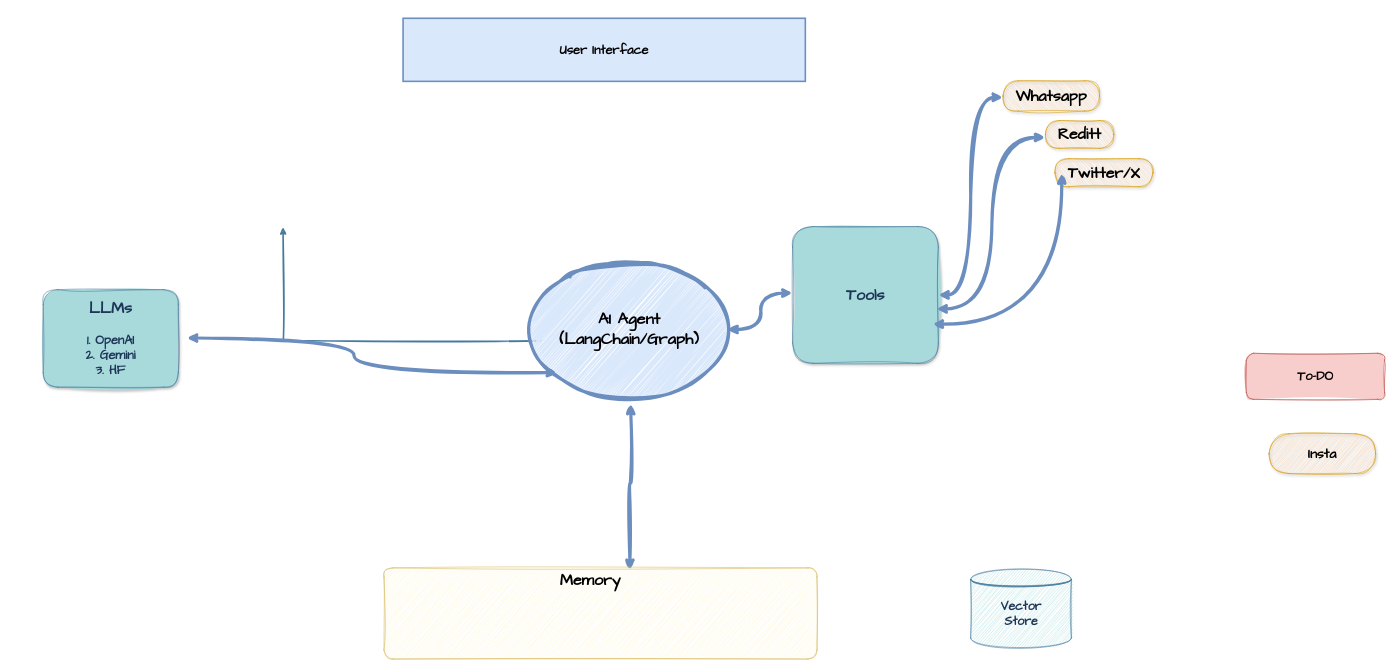
Earlier version of the draw.io diagram Untitled Diagram.drawio (anjali52deb/draw-io). Source tidied: cells renumbered, new cells numbered last; positions are measured from the earlier drawing's top-left corner, leaving out a move shared by most shapes. Both pictures are drawn from the tidied source at 53%, with x=0, y=0 at pixel (43, 18).
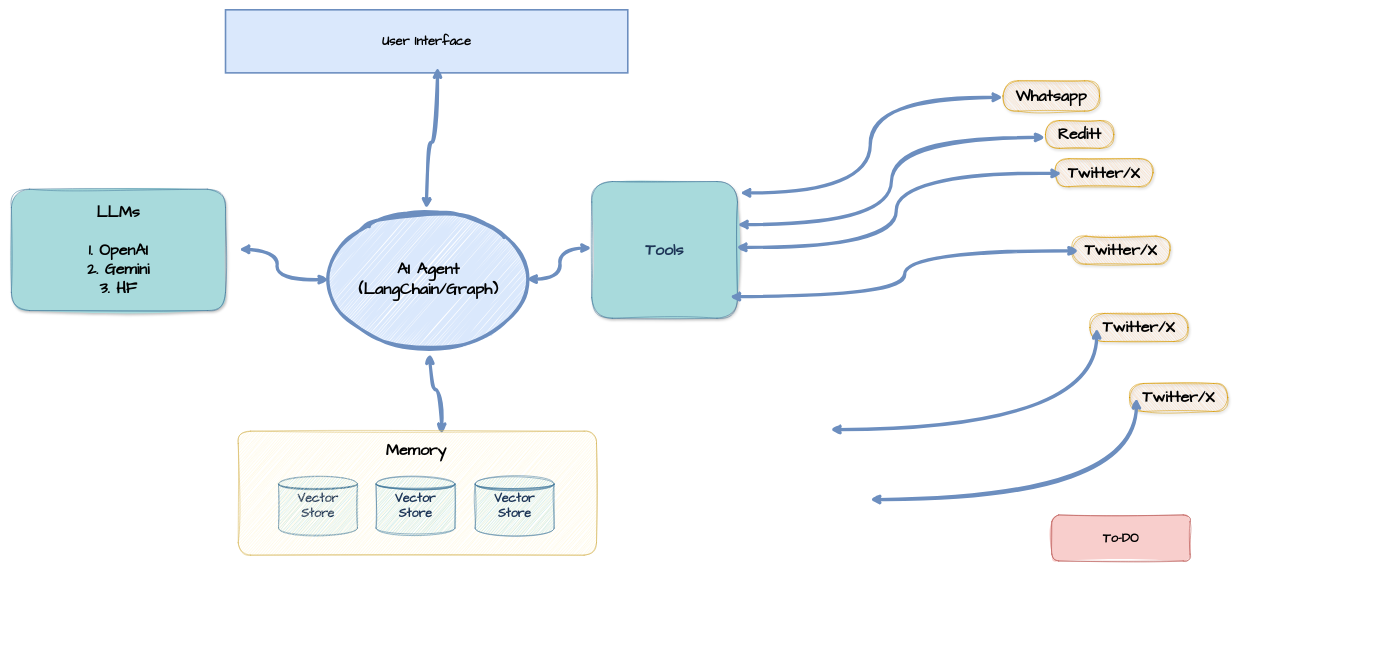
After the change.

The change refers to these unchanged cells:
```xml
<mxCell id="2" value="&lt;b&gt;&lt;font&gt;&lt;font face=&quot;Comic Sans MS&quot;&gt;Whatsapp&lt;/font&gt;&lt;/font&gt;&lt;/b&gt;" style="whiteSpace=wrap;html=1;rounded=1;arcSize=50;align=center;verticalAlign=middle;strokeWidth=1;spacing=4;newEdgeStyle={&quot;edgeStyle&quot;:&quot;entityRelationEdgeStyle&quot;,&quot;startArrow&quot;:&quot;none&quot;,&quot;endArrow&quot;:&quot;none&quot;,&quot;segment&quot;:10,&quot;curved&quot;:1,&quot;sourcePerimeterSpacing&quot;:0,&quot;targetPerimeterSpacing&quot;:0};sketch=1;hachureGap=4;jiggle=2;curveFitting=1;fontFamily=Architects Daughter;fillColor=#FFCE9F;strokeColor=#d79b00;shadow=1;flipV=1;fontSize=30;" parent="1" vertex="1">
  <mxGeometry x="1811" y="118" width="182" height="57.1" as="geometry" />
</mxCell>
<mxCell id="3" value="&lt;b&gt;&lt;font face=&quot;Comic Sans MS&quot;&gt;Twitter/X&lt;/font&gt;&lt;/b&gt;" style="whiteSpace=wrap;html=1;rounded=1;arcSize=50;align=center;verticalAlign=middle;strokeWidth=1;spacing=4;newEdgeStyle={&quot;edgeStyle&quot;:&quot;entityRelationEdgeStyle&quot;,&quot;startArrow&quot;:&quot;none&quot;,&quot;endArrow&quot;:&quot;none&quot;,&quot;segment&quot;:10,&quot;curved&quot;:1,&quot;sourcePerimeterSpacing&quot;:0,&quot;targetPerimeterSpacing&quot;:0};sketch=1;hachureGap=4;jiggle=2;curveFitting=1;fontFamily=Architects Daughter;fillColor=#FFCE9F;strokeColor=#d79b00;shadow=1;flipV=1;fontSize=30;" parent="1" vertex="1">
  <mxGeometry x="1909" y="265" width="185" height="52.9" as="geometry" />
</mxCell>
<mxCell id="4" value="&lt;font face=&quot;Comic Sans MS&quot;&gt;Reditt&lt;/font&gt;" style="whiteSpace=wrap;html=1;rounded=1;arcSize=50;align=center;verticalAlign=middle;strokeWidth=1;spacing=4;newEdgeStyle={&quot;edgeStyle&quot;:&quot;entityRelationEdgeStyle&quot;,&quot;startArrow&quot;:&quot;none&quot;,&quot;endArrow&quot;:&quot;none&quot;,&quot;segment&quot;:10,&quot;curved&quot;:1,&quot;sourcePerimeterSpacing&quot;:0,&quot;targetPerimeterSpacing&quot;:0};sketch=1;hachureGap=4;jiggle=2;curveFitting=1;fontFamily=Architects Daughter;fillColor=#FFCE9F;strokeColor=#d79b00;shadow=1;fontStyle=1;flipV=1;fontSize=30;" parent="1" vertex="1">
  <mxGeometry x="1891" y="193" width="129" height="52.4" as="geometry" />
</mxCell>
```

The edit, as a diff of the source:
```diff
@@
     <mxCell id="5" value="User Interface" style="text;html=1;align=center;verticalAlign=middle;whiteSpace=wrap;rounded=0;fontFamily=Comic Sans MS;fontSize=24;fontStyle=1;fillColor=#dae8fc;strokeColor=#6c8ebf;fillStyle=solid;shadow=0;labelBackgroundColor=none;arcSize=46;strokeWidth=3;" parent="1" vertex="1">
-      <mxGeometry x="679" width="759" height="119" as="geometry" />
+      <mxGeometry x="344" y="-16" width="759" height="119" as="geometry" />
     </mxCell>
-    <mxCell id="6" value="&lt;div&gt;&lt;font style=&quot;font-size: 30px;&quot;&gt;LLMs&lt;/font&gt;&lt;/div&gt;&lt;div&gt;&lt;br&gt;&lt;/div&gt;&lt;div&gt;1. OpenAI&lt;/div&gt;&lt;div&gt;2. Gemini&lt;/div&gt;&lt;div&gt;3. HF&lt;br&gt;&lt;/div&gt;" style="text;html=1;align=center;verticalAlign=middle;whiteSpace=wrap;rounded=1;fontFamily=Comic Sans MS;fontSize=24;fontStyle=1;fillColor=#A8DADC;strokeColor=#457B9D;fillStyle=solid;shadow=1;labelBackgroundColor=none;fontColor=#1D3557;sketch=1;curveFitting=1;jiggle=2;" parent="1" vertex="1">
-      <mxGeometry y="512" width="255" height="184" as="geometry" />
+    <mxCell id="6" value="&lt;div&gt;&lt;font&gt;LLMs&lt;/font&gt;&lt;/div&gt;&lt;div&gt;&lt;br&gt;&lt;/div&gt;&lt;div&gt;1. OpenAI&lt;/div&gt;&lt;div&gt;2. Gemini&lt;/div&gt;&lt;div&gt;3. HF&lt;br&gt;&lt;/div&gt;" style="text;html=1;align=center;verticalAlign=middle;whiteSpace=wrap;rounded=1;fontFamily=Comic Sans MS;fontSize=30;fontStyle=1;fillColor=#A8DADC;strokeColor=#457B9D;fillStyle=solid;shadow=1;labelBackgroundColor=none;fontColor=default;sketch=1;curveFitting=1;jiggle=2;" parent="1" vertex="1">
+      <mxGeometry x="-60" y="322.5" width="404" height="229" as="geometry" />
     </mxCell>
-    <mxCell id="7" style="group;rounded=0;labelBackgroundColor=none;fontColor=#1D3557;sketch=1;curveFitting=1;jiggle=2;" parent="1" vertex="1">
-      <mxGeometry x="1750" y="1040" width="190" height="151" as="geometry" />
-    </mxCell>
-    <mxCell id="8" style="shape=datastore;whiteSpace=wrap;html=1;hachureGap=4;strokeColor=#457B9D;fontFamily=Architects Daughter;fontColor=#1D3557;fillColor=#A8DADC;labelBackgroundColor=none;sketch=1;curveFitting=1;jiggle=2;rounded=0;" parent="7" vertex="1">
-      <mxGeometry width="190" height="148" as="geometry" />
-    </mxCell>
-    <mxCell id="9" value="Vector Store" style="text;html=1;align=center;verticalAlign=middle;whiteSpace=wrap;rounded=0;fontFamily=Comic Sans MS;strokeColor=none;fontSize=23;fontStyle=1;labelBackgroundColor=none;fontColor=#1D3557;sketch=1;curveFitting=1;jiggle=2;" parent="7" vertex="1">
-      <mxGeometry x="40" y="16" width="111" height="135" as="geometry" />
-    </mxCell>
     <mxCell id="10" value="&lt;font style=&quot;font-size: 30px;&quot;&gt;Tools&lt;/font&gt;" style="text;html=1;align=center;verticalAlign=middle;whiteSpace=wrap;rounded=1;fontFamily=Comic Sans MS;fontSize=24;fontStyle=1;fillColor=#A8DADC;strokeColor=#457B9D;fillStyle=solid;shadow=1;labelBackgroundColor=none;fontColor=#1D3557;sketch=1;curveFitting=1;jiggle=2;" parent="1" vertex="1">
-      <mxGeometry x="1414" y="393" width="275" height="258" as="geometry" />
+      <mxGeometry x="1035" y="308" width="275" height="258" as="geometry" />
     </mxCell>
-    <mxCell id="11" style="edgeStyle=orthogonalEdgeStyle;rounded=0;jettySize=auto;html=1;strokeColor=#457B9D;fontColor=default;fillColor=#A8DADC;strokeWidth=3;labelBackgroundColor=none;entryX=0.998;entryY=0.494;entryDx=0;entryDy=0;entryPerimeter=0;sketch=1;curveFitting=1;jiggle=2;exitX=0.055;exitY=0.578;exitDx=0;exitDy=0;exitPerimeter=0;" parent="1" edge="1" source="13">
-      <mxGeometry relative="1" as="geometry">
-        <mxPoint x="452.6" y="394.5" as="targetPoint" />
-      </mxGeometry>
-    </mxCell>
     <mxCell id="12" value="To-DO" style="text;html=1;align=center;verticalAlign=middle;whiteSpace=wrap;rounded=1;fontFamily=Comic Sans MS;fontSize=24;fontStyle=1;fillColor=#f8cecc;strokeColor=#b85450;fillStyle=solid;shadow=0;labelBackgroundColor=none;sketch=1;curveFitting=1;jiggle=2;glass=0;" parent="1" vertex="1">
-      <mxGeometry x="2270" y="632" width="261" height="87" as="geometry" />
+      <mxGeometry x="1903" y="937" width="261" height="87" as="geometry" />
     </mxCell>
     <mxCell id="13" value="&lt;div&gt;&lt;font style=&quot;font-size: 31px;&quot;&gt;&lt;b&gt;&lt;font&gt;AI Agent&lt;/font&gt;&lt;/b&gt;&lt;/font&gt;&lt;/div&gt;&lt;div&gt;&lt;font style=&quot;font-size: 31px;&quot;&gt;&lt;b&gt;&lt;font&gt;(LangChain/Graph)&lt;/font&gt;&lt;/b&gt;&lt;/font&gt;&lt;br&gt;&lt;/div&gt;" style="ellipse;whiteSpace=wrap;html=1;align=center;newEdgeStyle={&quot;edgeStyle&quot;:&quot;entityRelationEdgeStyle&quot;,&quot;startArrow&quot;:&quot;none&quot;,&quot;endArrow&quot;:&quot;none&quot;,&quot;segment&quot;:10,&quot;curved&quot;:1,&quot;sourcePerimeterSpacing&quot;:0,&quot;targetPerimeterSpacing&quot;:0};sketch=1;hachureGap=4;jiggle=2;curveFitting=1;fontFamily=Comic Sans MS;fillColor=#dae8fc;strokeColor=#6c8ebf;shadow=0;labelBackgroundColor=none;labelBorderColor=none;strokeWidth=6;" parent="1" vertex="1">
-      <mxGeometry x="918" y="459" width="376" height="258" as="geometry" />
+      <mxGeometry x="539" y="364" width="376" height="258" as="geometry" />
     </mxCell>
-    <mxCell id="14" value="&lt;font style=&quot;font-size: 26px;&quot; face=&quot;Comic Sans MS&quot;&gt;&lt;b&gt;Insta&lt;/b&gt;&lt;/font&gt;" style="whiteSpace=wrap;html=1;rounded=1;arcSize=50;align=center;verticalAlign=middle;strokeWidth=1;spacing=4;newEdgeStyle={&quot;edgeStyle&quot;:&quot;entityRelationEdgeStyle&quot;,&quot;startArrow&quot;:&quot;none&quot;,&quot;endArrow&quot;:&quot;none&quot;,&quot;segment&quot;:10,&quot;curved&quot;:1,&quot;sourcePerimeterSpacing&quot;:0,&quot;targetPerimeterSpacing&quot;:0};sketch=1;hachureGap=4;jiggle=2;curveFitting=1;fontFamily=Architects Daughter;fillColor=#FFCE9F;strokeColor=#d79b00;shadow=1;" parent="1" vertex="1">
-      <mxGeometry x="2313" y="784" width="201" height="75" as="geometry" />
-    </mxCell>
@@
-    <mxCell id="16" value="Memory" style="text;html=1;align=center;verticalAlign=middle;whiteSpace=wrap;rounded=1;fontFamily=Comic Sans MS;fontSize=30;fontStyle=1;fillColor=#fff2cc;strokeColor=#d6b656;fillStyle=auto;shadow=0;labelBackgroundColor=none;sketch=1;curveFitting=1;jiggle=2;imageVerticalAlign=middle;imageAlign=left;arcSize=10;snapToPoint=0;backgroundOutline=1;movableLabel=1;sketchStyle=rough;shadowOpacity=50;gradientColor=none;" parent="1" vertex="1">
-      <mxGeometry x="643" y="1037" width="817" height="172" as="geometry">
-        <mxPoint x="-19" y="-64" as="offset" />
-      </mxGeometry>
-    </mxCell>
-    <mxCell id="17" style="endArrow=classic;startArrow=classic;endFill=1;startFill=1;html=1;rounded=0;sketch=1;hachureGap=4;jiggle=2;curveFitting=1;fontFamily=Architects Daughter;strokeWidth=6;fillColor=#dae8fc;strokeColor=#6c8ebf;flowAnimation=0;exitX=1.063;exitY=0.496;exitDx=0;exitDy=0;exitPerimeter=0;snapToPoint=1;arcSize=50;backgroundOutline=1;sketchStyle=rough;entryX=0.137;entryY=0.812;entryDx=0;entryDy=0;entryPerimeter=0;edgeStyle=orthogonalEdgeStyle;curved=1;" parent="1" edge="1" source="6" target="13">
+    <mxCell id="17" style="endArrow=classic;startArrow=classic;endFill=1;startFill=1;html=1;rounded=0;sketch=1;hachureGap=4;jiggle=2;curveFitting=1;fontFamily=Architects Daughter;strokeWidth=6;fillColor=#dae8fc;strokeColor=#6c8ebf;flowAnimation=0;exitX=1.063;exitY=0.496;exitDx=0;exitDy=0;exitPerimeter=0;snapToPoint=1;arcSize=50;backgroundOutline=1;sketchStyle=rough;edgeStyle=orthogonalEdgeStyle;curved=1;" parent="1" edge="1" source="6" target="13">
       <mxGeometry relative="1" as="geometry" />
     </mxCell>
@@
-    <mxCell id="19" style="endArrow=classic;startArrow=classic;endFill=1;startFill=1;html=1;rounded=0;sketch=1;hachureGap=4;jiggle=2;curveFitting=1;fontFamily=Architects Daughter;strokeWidth=6;fillColor=#dae8fc;strokeColor=#6c8ebf;flowAnimation=0;snapToPoint=1;arcSize=50;backgroundOutline=1;sketchStyle=rough;edgeStyle=orthogonalEdgeStyle;curved=1;entryX=-0.001;entryY=0.453;entryDx=0;entryDy=0;entryPerimeter=0;" parent="1" edge="1" source="10" target="2">
+    <mxCell id="19" style="endArrow=classic;startArrow=classic;endFill=1;startFill=1;html=1;rounded=0;sketch=1;hachureGap=4;jiggle=2;curveFitting=1;fontFamily=Architects Daughter;strokeWidth=6;fillColor=#dae8fc;strokeColor=#6c8ebf;flowAnimation=0;snapToPoint=1;arcSize=50;backgroundOutline=1;sketchStyle=rough;edgeStyle=orthogonalEdgeStyle;curved=1;entryX=-0.001;entryY=0.453;entryDx=0;entryDy=0;entryPerimeter=0;exitX=1.017;exitY=0.083;exitDx=0;exitDy=0;exitPerimeter=0;" parent="1" edge="1" source="10" target="2">
       <mxGeometry relative="1" as="geometry" />
     </mxCell>
-    <mxCell id="20" style="endArrow=classic;startArrow=classic;endFill=1;startFill=1;html=1;rounded=0;sketch=1;hachureGap=4;jiggle=2;curveFitting=1;fontFamily=Architects Daughter;strokeWidth=6;fillColor=#dae8fc;strokeColor=#6c8ebf;flowAnimation=0;snapToPoint=1;arcSize=50;backgroundOutline=1;sketchStyle=rough;edgeStyle=orthogonalEdgeStyle;curved=1;exitX=0.961;exitY=0.713;exitDx=0;exitDy=0;exitPerimeter=0;entryX=0.069;entryY=0.476;entryDx=0;entryDy=0;entryPerimeter=0;" parent="1" edge="1" source="10" target="3">
+    <mxCell id="20" style="endArrow=classic;startArrow=classic;endFill=1;startFill=1;html=1;rounded=0;sketch=1;hachureGap=4;jiggle=2;curveFitting=1;fontFamily=Architects Daughter;strokeWidth=6;fillColor=#dae8fc;strokeColor=#6c8ebf;flowAnimation=0;snapToPoint=1;arcSize=50;backgroundOutline=1;sketchStyle=rough;edgeStyle=orthogonalEdgeStyle;curved=1;exitX=0.991;exitY=0.481;exitDx=0;exitDy=0;exitPerimeter=0;entryX=0.069;entryY=0.476;entryDx=0;entryDy=0;entryPerimeter=0;" parent="1" edge="1" source="10" target="3">
       <mxGeometry relative="1" as="geometry" />
     </mxCell>
-    <mxCell id="21" style="endArrow=classic;startArrow=classic;endFill=1;startFill=1;html=1;rounded=0;sketch=1;hachureGap=4;jiggle=2;curveFitting=1;fontFamily=Architects Daughter;strokeWidth=6;fillColor=#dae8fc;strokeColor=#6c8ebf;flowAnimation=0;snapToPoint=1;arcSize=50;backgroundOutline=1;sketchStyle=rough;edgeStyle=orthogonalEdgeStyle;curved=1;exitX=0.987;exitY=0.602;exitDx=0;exitDy=0;exitPerimeter=0;entryX=-0.003;entryY=0.392;entryDx=0;entryDy=0;entryPerimeter=0;" parent="1" edge="1" source="10" target="4">
+    <mxCell id="21" style="endArrow=classic;startArrow=classic;endFill=1;startFill=1;html=1;rounded=0;sketch=1;hachureGap=4;jiggle=2;curveFitting=1;fontFamily=Architects Daughter;strokeWidth=6;fillColor=#dae8fc;strokeColor=#6c8ebf;flowAnimation=0;snapToPoint=1;arcSize=50;backgroundOutline=1;sketchStyle=rough;edgeStyle=orthogonalEdgeStyle;curved=1;exitX=0.999;exitY=0.315;exitDx=0;exitDy=0;exitPerimeter=0;entryX=-0.003;entryY=0.392;entryDx=0;entryDy=0;entryPerimeter=0;" parent="1" edge="1" source="10" target="4">
       <mxGeometry relative="1" as="geometry" />
     </mxCell>
+    <mxCell id="22" style="endArrow=classic;startArrow=classic;endFill=1;startFill=1;html=1;rounded=0;sketch=1;hachureGap=4;jiggle=2;curveFitting=1;fontFamily=Architects Daughter;strokeWidth=6;fillColor=#dae8fc;strokeColor=#6c8ebf;flowAnimation=0;exitX=0.527;exitY=0.913;exitDx=0;exitDy=0;exitPerimeter=0;snapToPoint=1;arcSize=50;backgroundOutline=1;sketchStyle=rough;edgeStyle=orthogonalEdgeStyle;curved=1;entryX=0.49;entryY=-0.019;entryDx=0;entryDy=0;entryPerimeter=0;" parent="1" edge="1" source="5" target="13">
+      <mxGeometry relative="1" as="geometry" />
+    </mxCell>
+    <mxCell id="23" style="group;" parent="1" vertex="1">
+      <mxGeometry x="366" y="697" width="676" height="280" as="geometry" />
+    </mxCell>
+    <mxCell id="7" style="group;rounded=0;labelBackgroundColor=none;fontColor=#1D3557;sketch=1;curveFitting=1;jiggle=2;" parent="23" vertex="1">
+      <mxGeometry x="78" y="167" width="149" height="113" as="geometry" />
+    </mxCell>
+    <mxCell id="8" style="shape=datastore;whiteSpace=wrap;html=1;hachureGap=4;strokeColor=#457B9D;fontFamily=Architects Daughter;fontColor=#1D3557;fillColor=#A8DADC;labelBackgroundColor=none;sketch=1;curveFitting=1;jiggle=2;rounded=0;" parent="7" vertex="1">
+      <mxGeometry y="1.1" width="149" height="110.8" as="geometry" />
+    </mxCell>
+    <mxCell id="9" value="Vector Store" style="text;html=1;align=center;verticalAlign=middle;whiteSpace=wrap;rounded=0;fontFamily=Comic Sans MS;strokeColor=none;fontSize=23;fontStyle=1;labelBackgroundColor=none;fontColor=#1D3557;sketch=1;curveFitting=1;jiggle=2;" parent="7" vertex="1">
+      <mxGeometry x="31.4" y="6" width="87" height="101" as="geometry" />
+    </mxCell>
+    <mxCell id="16" value="Memory" style="text;html=1;align=center;verticalAlign=middle;whiteSpace=wrap;rounded=1;fontFamily=Comic Sans MS;fontSize=30;fontStyle=1;fillColor=#fff2cc;strokeColor=#d6b656;fillStyle=auto;shadow=0;labelBackgroundColor=none;sketch=1;curveFitting=1;jiggle=2;imageVerticalAlign=middle;imageAlign=left;arcSize=10;snapToPoint=0;backgroundOutline=1;movableLabel=1;sketchStyle=rough;shadowOpacity=50;gradientColor=none;" parent="23" vertex="1">
+      <mxGeometry x="2" y="82" width="676" height="234" as="geometry">
+        <mxPoint x="-2" y="-82" as="offset" />
+      </mxGeometry>
+    </mxCell>
+    <mxCell id="24" style="group;rounded=0;labelBackgroundColor=none;fontColor=#1D3557;sketch=1;curveFitting=1;jiggle=2;" parent="23" vertex="1">
+      <mxGeometry x="262" y="167" width="149" height="113" as="geometry" />
+    </mxCell>
+    <mxCell id="25" style="shape=datastore;whiteSpace=wrap;html=1;hachureGap=4;strokeColor=#457B9D;fontFamily=Architects Daughter;fontColor=#1D3557;fillColor=#A8DADC;labelBackgroundColor=none;sketch=1;curveFitting=1;jiggle=2;rounded=0;" parent="24" vertex="1">
+      <mxGeometry y="1.1" width="149" height="110.8" as="geometry" />
+    </mxCell>
+    <mxCell id="26" value="Vector Store" style="text;html=1;align=center;verticalAlign=middle;whiteSpace=wrap;rounded=0;fontFamily=Comic Sans MS;strokeColor=none;fontSize=23;fontStyle=1;labelBackgroundColor=none;fontColor=#1D3557;sketch=1;curveFitting=1;jiggle=2;" parent="24" vertex="1">
+      <mxGeometry x="31.4" y="6" width="87" height="101" as="geometry" />
+    </mxCell>
+    <mxCell id="27" style="group;rounded=0;labelBackgroundColor=none;fontColor=#1D3557;sketch=1;curveFitting=1;jiggle=2;" parent="23" vertex="1">
+      <mxGeometry x="449" y="167" width="149" height="113" as="geometry" />
+    </mxCell>
+    <mxCell id="28" style="shape=datastore;whiteSpace=wrap;html=1;hachureGap=4;strokeColor=#457B9D;fontFamily=Architects Daughter;fontColor=#1D3557;fillColor=#A8DADC;labelBackgroundColor=none;sketch=1;curveFitting=1;jiggle=2;rounded=0;" parent="27" vertex="1">
+      <mxGeometry y="1.1" width="149" height="110.8" as="geometry" />
+    </mxCell>
+    <mxCell id="29" value="Vector Store" style="text;html=1;align=center;verticalAlign=middle;whiteSpace=wrap;rounded=0;fontFamily=Comic Sans MS;strokeColor=none;fontSize=23;fontStyle=1;labelBackgroundColor=none;fontColor=#1D3557;sketch=1;curveFitting=1;jiggle=2;" parent="27" vertex="1">
+      <mxGeometry x="31.4" y="6" width="87" height="101" as="geometry" />
+    </mxCell>
+    <mxCell id="30" value="&lt;b&gt;&lt;font face=&quot;Comic Sans MS&quot;&gt;Twitter/X&lt;/font&gt;&lt;/b&gt;" style="whiteSpace=wrap;html=1;rounded=1;arcSize=50;align=center;verticalAlign=middle;strokeWidth=1;spacing=4;newEdgeStyle={&quot;edgeStyle&quot;:&quot;entityRelationEdgeStyle&quot;,&quot;startArrow&quot;:&quot;none&quot;,&quot;endArrow&quot;:&quot;none&quot;,&quot;segment&quot;:10,&quot;curved&quot;:1,&quot;sourcePerimeterSpacing&quot;:0,&quot;targetPerimeterSpacing&quot;:0};sketch=1;hachureGap=4;jiggle=2;curveFitting=1;fontFamily=Architects Daughter;fillColor=#FFCE9F;strokeColor=#d79b00;shadow=1;flipV=1;fontSize=30;" parent="1" vertex="1">
+      <mxGeometry x="1941" y="411" width="185" height="52.9" as="geometry" />
+    </mxCell>
+    <mxCell id="31" style="endArrow=classic;startArrow=classic;endFill=1;startFill=1;html=1;rounded=0;sketch=1;hachureGap=4;jiggle=2;curveFitting=1;fontFamily=Architects Daughter;strokeWidth=6;fillColor=#dae8fc;strokeColor=#6c8ebf;flowAnimation=0;snapToPoint=1;arcSize=50;backgroundOutline=1;sketchStyle=rough;edgeStyle=orthogonalEdgeStyle;curved=1;exitX=0.947;exitY=0.842;exitDx=0;exitDy=0;exitPerimeter=0;entryX=0.069;entryY=0.476;entryDx=0;entryDy=0;entryPerimeter=0;" parent="1" edge="1" source="10" target="30">
+      <mxGeometry relative="1" as="geometry" />
+    </mxCell>
+    <mxCell id="32" value="&lt;b&gt;&lt;font face=&quot;Comic Sans MS&quot;&gt;Twitter/X&lt;/font&gt;&lt;/b&gt;" style="whiteSpace=wrap;html=1;rounded=1;arcSize=50;align=center;verticalAlign=middle;strokeWidth=1;spacing=4;newEdgeStyle={&quot;edgeStyle&quot;:&quot;entityRelationEdgeStyle&quot;,&quot;startArrow&quot;:&quot;none&quot;,&quot;endArrow&quot;:&quot;none&quot;,&quot;segment&quot;:10,&quot;curved&quot;:1,&quot;sourcePerimeterSpacing&quot;:0,&quot;targetPerimeterSpacing&quot;:0};sketch=1;hachureGap=4;jiggle=2;curveFitting=1;fontFamily=Architects Daughter;fillColor=#FFCE9F;strokeColor=#d79b00;shadow=1;flipV=1;fontSize=30;" parent="1" vertex="1">
+      <mxGeometry x="1975" y="557" width="185" height="52.9" as="geometry" />
+    </mxCell>
+    <mxCell id="33" style="endArrow=classic;startArrow=classic;endFill=1;startFill=1;html=1;rounded=0;sketch=1;hachureGap=4;jiggle=2;curveFitting=1;fontFamily=Architects Daughter;strokeWidth=6;fillColor=#dae8fc;strokeColor=#6c8ebf;flowAnimation=0;snapToPoint=1;arcSize=50;backgroundOutline=1;sketchStyle=rough;edgeStyle=orthogonalEdgeStyle;curved=1;exitX=0.961;exitY=0.713;exitDx=0;exitDy=0;exitPerimeter=0;entryX=0.069;entryY=0.476;entryDx=0;entryDy=0;entryPerimeter=0;" parent="1" edge="1" target="32">
+      <mxGeometry relative="1" as="geometry">
+        <mxPoint x="1485" y="776" as="sourcePoint" />
+      </mxGeometry>
+    </mxCell>
+    <mxCell id="34" value="&lt;b&gt;&lt;font face=&quot;Comic Sans MS&quot;&gt;Twitter/X&lt;/font&gt;&lt;/b&gt;" style="whiteSpace=wrap;html=1;rounded=1;arcSize=50;align=center;verticalAlign=middle;strokeWidth=1;spacing=4;newEdgeStyle={&quot;edgeStyle&quot;:&quot;entityRelationEdgeStyle&quot;,&quot;startArrow&quot;:&quot;none&quot;,&quot;endArrow&quot;:&quot;none&quot;,&quot;segment&quot;:10,&quot;curved&quot;:1,&quot;sourcePerimeterSpacing&quot;:0,&quot;targetPerimeterSpacing&quot;:0};sketch=1;hachureGap=4;jiggle=2;curveFitting=1;fontFamily=Architects Daughter;fillColor=#FFCE9F;strokeColor=#d79b00;shadow=1;flipV=1;fontSize=30;" parent="1" vertex="1">
+      <mxGeometry x="2050" y="689" width="185" height="52.9" as="geometry" />
+    </mxCell>
+    <mxCell id="35" style="endArrow=classic;startArrow=classic;endFill=1;startFill=1;html=1;rounded=0;sketch=1;hachureGap=4;jiggle=2;curveFitting=1;fontFamily=Architects Daughter;strokeWidth=6;fillColor=#dae8fc;strokeColor=#6c8ebf;flowAnimation=0;snapToPoint=1;arcSize=50;backgroundOutline=1;sketchStyle=rough;edgeStyle=orthogonalEdgeStyle;curved=1;exitX=0.961;exitY=0.713;exitDx=0;exitDy=0;exitPerimeter=0;entryX=0.069;entryY=0.476;entryDx=0;entryDy=0;entryPerimeter=0;" parent="1" edge="1" target="34">
+      <mxGeometry relative="1" as="geometry">
+        <mxPoint x="1560" y="908" as="sourcePoint" />
+      </mxGeometry>
+    </mxCell>
```
